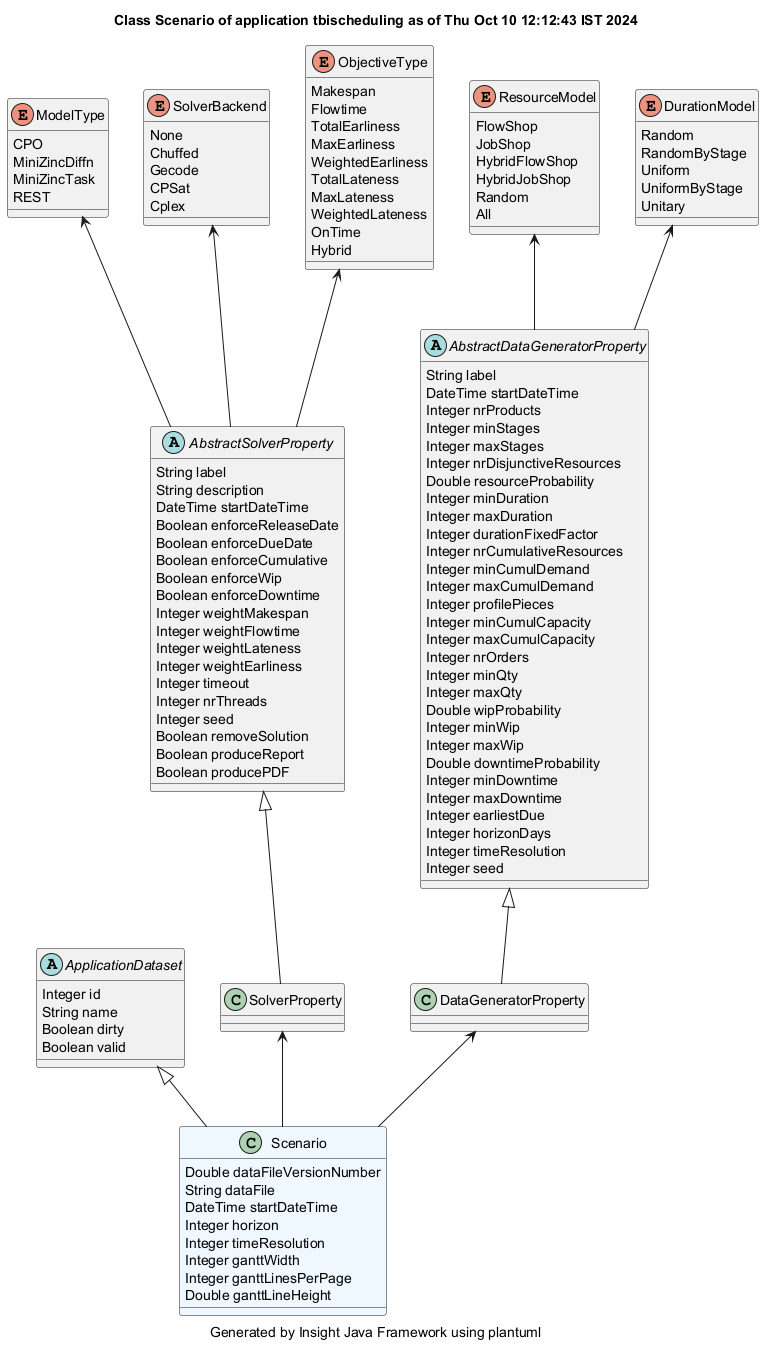
This is demonstrator/tbischeduling/site/plantuml/Scenario.png from hsimonis/schedulingtraining, a PlantUML export, as it was before one commit. Its diagram source:
```plantuml
@startuml
title Class Scenario of application tbischeduling as of Thu Oct 10 12:12:43 IST 2024
caption Generated by Insight Java Framework using plantuml
class Scenario #aliceblue
Scenario : Double dataFileVersionNumber
Scenario : String dataFile
Scenario : DateTime startDateTime
Scenario : Integer horizon
Scenario : Integer timeResolution
Scenario : Integer ganttWidth
Scenario : Integer ganttLinesPerPage
Scenario : Double ganttLineHeight

ApplicationDataset <|-- Scenario
abstract ApplicationDataset
ApplicationDataset : Integer id
ApplicationDataset : String name
ApplicationDataset : Boolean dirty
ApplicationDataset : Boolean valid

SolverProperty  <-- Scenario
class SolverProperty

AbstractSolverProperty <|-- SolverProperty
abstract AbstractSolverProperty
AbstractSolverProperty : String label
AbstractSolverProperty : String description
AbstractSolverProperty : DateTime startDateTime
AbstractSolverProperty : Boolean enforceReleaseDate
AbstractSolverProperty : Boolean enforceDueDate
AbstractSolverProperty : Boolean enforceCumulative
AbstractSolverProperty : Boolean enforceWip
AbstractSolverProperty : Boolean enforceDowntime
AbstractSolverProperty : Integer weightMakespan
AbstractSolverProperty : Integer weightFlowtime
AbstractSolverProperty : Integer weightLateness
AbstractSolverProperty : Integer weightEarliness
AbstractSolverProperty : Integer timeout
AbstractSolverProperty : Integer nrThreads
AbstractSolverProperty : Integer seed
AbstractSolverProperty : Boolean removeSolution
AbstractSolverProperty : Boolean produceReport
AbstractSolverProperty : Boolean producePDF

enum ModelType
ModelType : CPO
ModelType : MiniZincDiffn
ModelType : MiniZincTask
ModelType : REST
ModelType <-- AbstractSolverProperty
enum SolverBackend
SolverBackend : None
SolverBackend : Chuffed
SolverBackend : Gecode
SolverBackend : CPSat
SolverBackend : Cplex
SolverBackend <-- AbstractSolverProperty
enum ObjectiveType
ObjectiveType : Makespan
ObjectiveType : Flowtime
ObjectiveType : TotalEarliness
ObjectiveType : MaxEarliness
ObjectiveType : WeightedEarliness
ObjectiveType : TotalLateness
ObjectiveType : MaxLateness
ObjectiveType : WeightedLateness
ObjectiveType : OnTime
ObjectiveType : Hybrid
ObjectiveType <-- AbstractSolverProperty
DataGeneratorProperty  <-- Scenario
class DataGeneratorProperty

AbstractDataGeneratorProperty <|-- DataGeneratorProperty
abstract AbstractDataGeneratorProperty
AbstractDataGeneratorProperty : String label
AbstractDataGeneratorProperty : DateTime startDateTime
AbstractDataGeneratorProperty : Integer nrProducts
AbstractDataGeneratorProperty : Integer minStages
AbstractDataGeneratorProperty : Integer maxStages
AbstractDataGeneratorProperty : Integer nrDisjunctiveResources
AbstractDataGeneratorProperty : Double resourceProbability
AbstractDataGeneratorProperty : Integer minDuration
AbstractDataGeneratorProperty : Integer maxDuration
AbstractDataGeneratorProperty : Integer durationFixedFactor
AbstractDataGeneratorProperty : Integer nrCumulativeResources
AbstractDataGeneratorProperty : Integer minCumulDemand
AbstractDataGeneratorProperty : Integer maxCumulDemand
AbstractDataGeneratorProperty : Integer profilePieces
AbstractDataGeneratorProperty : Integer minCumulCapacity
AbstractDataGeneratorProperty : Integer maxCumulCapacity
AbstractDataGeneratorProperty : Integer nrOrders
AbstractDataGeneratorProperty : Integer minQty
AbstractDataGeneratorProperty : Integer maxQty
AbstractDataGeneratorProperty : Double wipProbability
AbstractDataGeneratorProperty : Integer minWip
AbstractDataGeneratorProperty : Integer maxWip
AbstractDataGeneratorProperty : Double downtimeProbability
AbstractDataGeneratorProperty : Integer minDowntime
AbstractDataGeneratorProperty : Integer maxDowntime
AbstractDataGeneratorProperty : Integer earliestDue
AbstractDataGeneratorProperty : Integer horizonDays
AbstractDataGeneratorProperty : Integer timeResolution
AbstractDataGeneratorProperty : Integer seed

enum ResourceModel
ResourceModel : FlowShop
ResourceModel : JobShop
ResourceModel : HybridFlowShop
ResourceModel : HybridJobShop
ResourceModel : Random
ResourceModel : All
ResourceModel <-- AbstractDataGeneratorProperty
enum DurationModel
DurationModel : Random
DurationModel : RandomByStage
DurationModel : Uniform
DurationModel : UniformByStage
DurationModel : Unitary
DurationModel <-- AbstractDataGeneratorProperty
@enduml
```
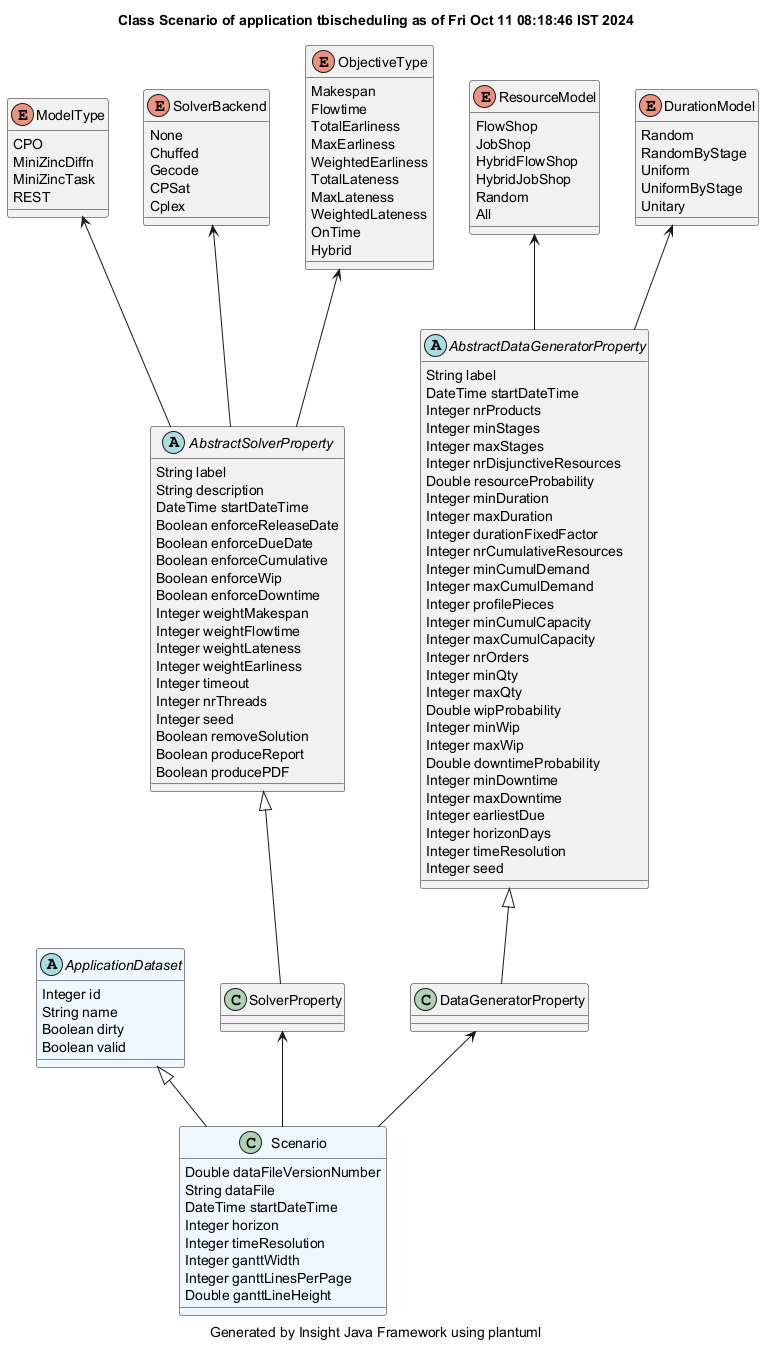
After the change.

Change to the diagram source:
```diff
@@ -1,5 +1,5 @@
 @startuml
-title Class Scenario of application tbischeduling as of Thu Oct 10 12:12:43 IST 2024
+title Class Scenario of application tbischeduling as of Fri Oct 11 08:18:46 IST 2024
 caption Generated by Insight Java Framework using plantuml
 class Scenario #aliceblue
 Scenario : Double dataFileVersionNumber
@@ -12,7 +12,7 @@
 Scenario : Double ganttLineHeight
 
 ApplicationDataset <|-- Scenario
-abstract ApplicationDataset
+abstract ApplicationDataset #aliceblue
 ApplicationDataset : Integer id
 ApplicationDataset : String name
 ApplicationDataset : Boolean dirty
```
